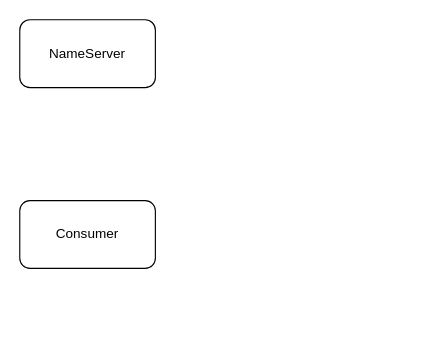
Earlier version of the draw.io diagram rocketmq/Consumer和Broker的交互过程.drawio (erlieStar/diagrams). Source tidied: cells renumbered, new cells numbered last; positions are measured from the earlier drawing's top-left corner, leaving out a move shared by most shapes. Both pictures are drawn from the tidied source at 113%, with x=0, y=0 at pixel (19, 19).
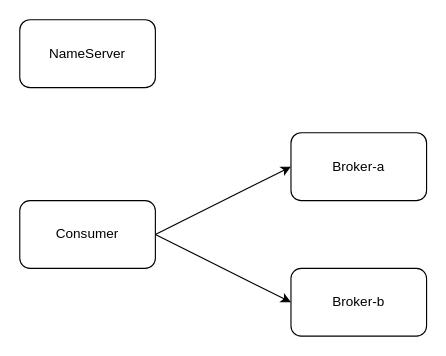
The same diagram, later.

Commit message:
Update Consumer和Broker的交互过程.drawio

Change to the diagram source:
```diff
@@
 <mxGraphModel>
   <root>
     <mxCell id="0" />
     <mxCell id="1" parent="0" />
     <mxCell id="2" value="NameServer" style="rounded=1;whiteSpace=wrap;html=1;" parent="1" vertex="1">
       <mxGeometry width="120" height="60" as="geometry" />
     </mxCell>
+    <mxCell id="4" style="rounded=0;jettySize=auto;html=1;exitX=1;exitY=0.5;exitDx=0;exitDy=0;entryX=0;entryY=0.5;entryDx=0;entryDy=0;" parent="1" edge="1" source="3" target="6">
+      <mxGeometry relative="1" as="geometry" />
+    </mxCell>
+    <mxCell id="5" style="rounded=0;jettySize=auto;html=1;exitX=1;exitY=0.5;exitDx=0;exitDy=0;entryX=0;entryY=0.5;entryDx=0;entryDy=0;" parent="1" edge="1" source="3" target="7">
+      <mxGeometry relative="1" as="geometry" />
+    </mxCell>
     <mxCell id="3" value="Consumer" style="rounded=1;whiteSpace=wrap;html=1;" parent="1" vertex="1">
       <mxGeometry y="160" width="120" height="60" as="geometry" />
     </mxCell>
+    <mxCell id="6" value="Broker-a" style="rounded=1;whiteSpace=wrap;html=1;" parent="1" vertex="1">
+      <mxGeometry x="240" y="100" width="120" height="60" as="geometry" />
+    </mxCell>
+    <mxCell id="7" value="Broker-b" style="rounded=1;whiteSpace=wrap;html=1;" parent="1" vertex="1">
+      <mxGeometry x="240" y="220" width="120" height="60" as="geometry" />
+    </mxCell>
   </root>
 </mxGraphModel>
```
